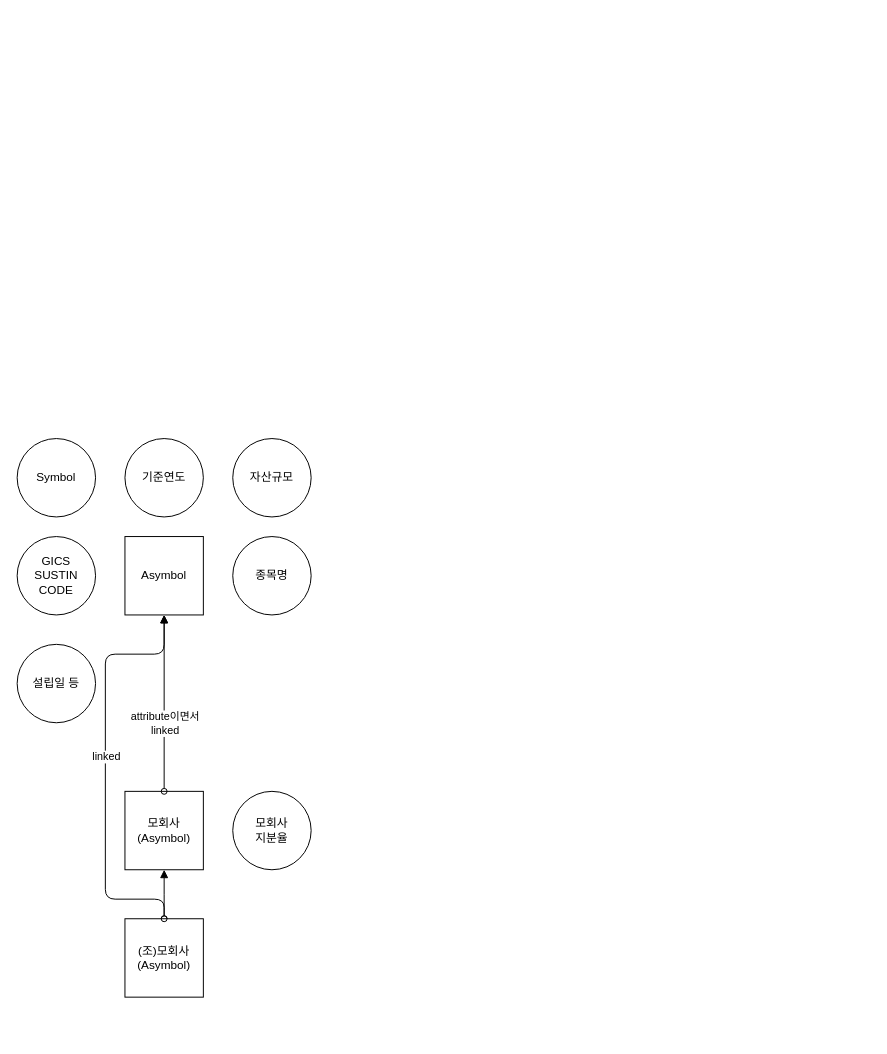
Earlier version of the draw.io diagram Untitled Diagram.drawio (zhilangtaosha/ESG_DataBase). Source tidied: cells renumbered, new cells numbered last; positions are measured from the earlier drawing's top-left corner, leaving out a move shared by most shapes. Both pictures are drawn from the tidied source at 98%, with x=0, y=0 at pixel (17, 438).
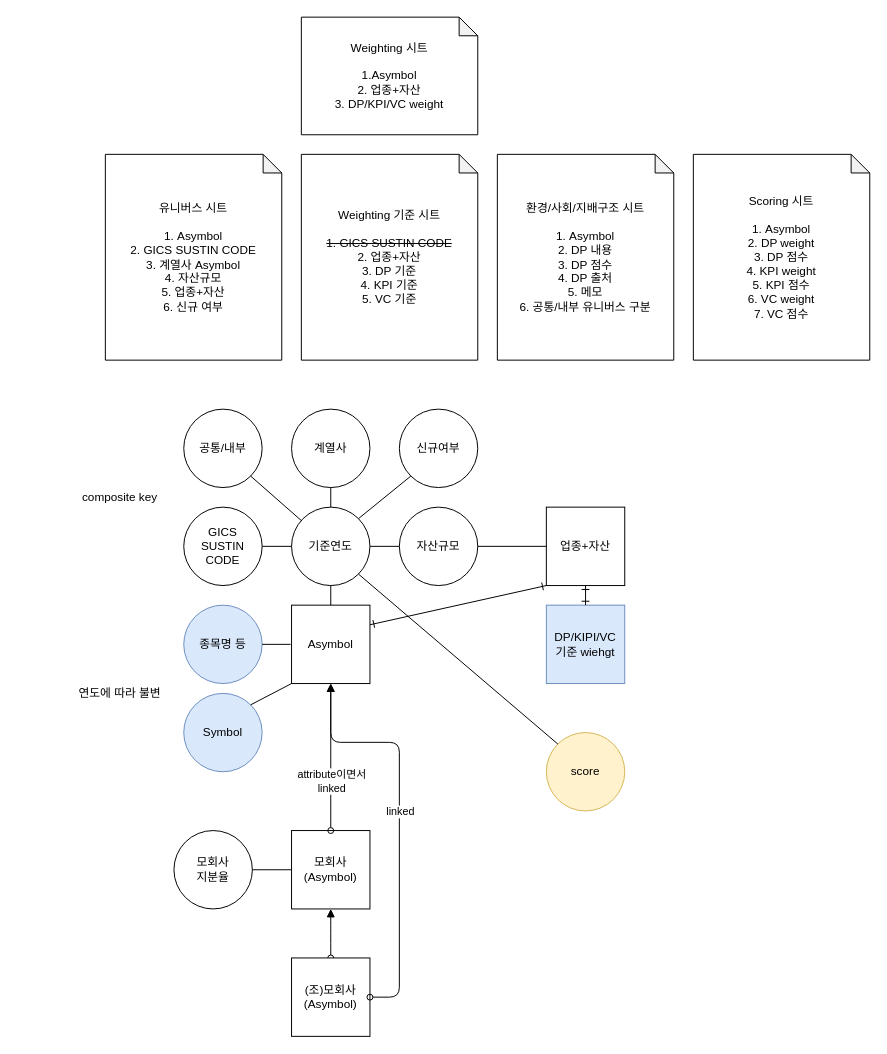
Above is the later version.

What changed in the source:
```diff
@@
     <mxCell id="2" value="Asymbol" style="whiteSpace=wrap;html=1;" parent="1" vertex="1">
-      <mxGeometry x="110" y="100" width="80" height="80" as="geometry" />
+      <mxGeometry x="280" y="170" width="80" height="80" as="geometry" />
     </mxCell>
-    <mxCell id="3" value="Symbol" style="ellipse;whiteSpace=wrap;html=1;" parent="1" vertex="1">
-      <mxGeometry width="80" height="80" as="geometry" />
+    <mxCell id="3" value="Symbol" style="ellipse;whiteSpace=wrap;html=1;fillColor=#dae8fc;strokeColor=#6c8ebf;" parent="1" vertex="1">
+      <mxGeometry x="170" y="260" width="80" height="80" as="geometry" />
     </mxCell>
-    <mxCell id="4" value="종목명" style="ellipse;whiteSpace=wrap;html=1;" parent="1" vertex="1">
-      <mxGeometry x="220" y="100" width="80" height="80" as="geometry" />
+    <mxCell id="4" value="종목명 등" style="ellipse;whiteSpace=wrap;html=1;fillColor=#dae8fc;strokeColor=#6c8ebf;" parent="1" vertex="1">
+      <mxGeometry x="170" y="170" width="80" height="80" as="geometry" />
     </mxCell>
-    <mxCell id="5" value="GICS&lt;br&gt;SUSTIN&lt;br&gt;CODE" style="ellipse;whiteSpace=wrap;html=1;" parent="1" vertex="1">
-      <mxGeometry y="100" width="80" height="80" as="geometry" />
-    </mxCell>
     <mxCell id="6" value="모회사&lt;br&gt;지분율" style="ellipse;whiteSpace=wrap;html=1;" parent="1" vertex="1">
-      <mxGeometry x="220" y="360" width="80" height="80" as="geometry" />
+      <mxGeometry x="160" y="400" width="80" height="80" as="geometry" />
     </mxCell>
     <mxCell id="7" value="자산규모" style="ellipse;whiteSpace=wrap;html=1;" parent="1" vertex="1">
-      <mxGeometry x="220" width="80" height="80" as="geometry" />
+      <mxGeometry x="390" y="70" width="80" height="80" as="geometry" />
     </mxCell>
-    <mxCell id="8" value="설립일 등" style="ellipse;whiteSpace=wrap;html=1;" parent="1" vertex="1">
-      <mxGeometry y="210" width="80" height="80" as="geometry" />
+    <mxCell id="8" value="계열사" style="ellipse;whiteSpace=wrap;html=1;" parent="1" vertex="1">
+      <mxGeometry x="280" y="-30" width="80" height="80" as="geometry" />
     </mxCell>
     <mxCell id="9" value="기준연도" style="ellipse;whiteSpace=wrap;html=1;" parent="1" vertex="1">
-      <mxGeometry x="110" width="80" height="80" as="geometry" />
+      <mxGeometry x="280" y="70" width="80" height="80" as="geometry" />
     </mxCell>
-    <mxCell id="10" style="edgeStyle=orthogonalEdgeStyle;rounded=0;jettySize=auto;html=1;exitX=0.5;exitY=1;exitDx=0;exitDy=0;endArrow=oval;endFill=0;startArrow=block;startFill=1;" parent="1" edge="1" source="11">
+    <mxCell id="10" style="edgeStyle=orthogonalEdgeStyle;jettySize=auto;html=1;exitX=0.5;exitY=1;exitDx=0;exitDy=0;endArrow=oval;endFill=0;startArrow=block;startFill=1;" parent="1" edge="1" source="11">
       <mxGeometry relative="1" as="geometry">
-        <mxPoint x="150" y="490" as="targetPoint" />
+        <mxPoint x="320" y="530" as="targetPoint" />
       </mxGeometry>
     </mxCell>
     <mxCell id="11" value="모회사&lt;br&gt;(Asymbol)" style="whiteSpace=wrap;html=1;" parent="1" vertex="1">
-      <mxGeometry x="110" y="360" width="80" height="80" as="geometry" />
+      <mxGeometry x="280" y="400" width="80" height="80" as="geometry" />
     </mxCell>
@@
     <mxCell id="14" value="(조)모회사&lt;br&gt;(Asymbol)" style="whiteSpace=wrap;html=1;" parent="1" vertex="1">
-      <mxGeometry x="110" y="490" width="80" height="80" as="geometry" />
+      <mxGeometry x="280" y="530" width="80" height="80" as="geometry" />
     </mxCell>
     <mxCell id="15" style="endArrow=oval;startArrow=block;endFill=0;startFill=1;html=1;exitX=0.5;exitY=1;exitDx=0;exitDy=0;edgeStyle=orthogonalEdgeStyle;" parent="1" edge="1" source="2" target="14">
       <mxGeometry relative="1" as="geometry">
         <Array as="points">
-          <mxPoint x="150" y="220" />
-          <mxPoint x="90" y="220" />
-          <mxPoint x="90" y="470" />
-          <mxPoint x="150" y="470" />
+          <mxPoint x="320" y="310" />
+          <mxPoint x="390" y="310" />
+          <mxPoint x="390" y="570" />
         </Array>
       </mxGeometry>
     </mxCell>
@@
+    <mxCell id="17" value="업종+자산" style="whiteSpace=wrap;html=1;" parent="1" vertex="1">
+      <mxGeometry x="540" y="70" width="80" height="80" as="geometry" />
+    </mxCell>
+    <mxCell id="18" value="score" style="ellipse;whiteSpace=wrap;html=1;fillColor=#fff2cc;strokeColor=#d6b656;" parent="1" vertex="1">
+      <mxGeometry x="540" y="300" width="80" height="80" as="geometry" />
+    </mxCell>
+    <mxCell id="19" value="유니버스 시트&lt;br&gt;&lt;br&gt;1. Asymbol&lt;br&gt;2. GICS SUSTIN CODE&lt;br&gt;3. 계열사 Asymbol&lt;br&gt;4. 자산규모&lt;br&gt;5. 업종+자산&lt;br&gt;6. 신규 여부" style="shape=note;whiteSpace=wrap;html=1;backgroundOutline=1;darkOpacity=0.05;size=19;" parent="1" vertex="1">
+      <mxGeometry x="90" y="-290" width="180" height="210" as="geometry" />
+    </mxCell>
+    <mxCell id="20" value="Weighting 기준 시트&lt;br&gt;&lt;br&gt;&lt;strike&gt;1. GICS SUSTIN CODE&lt;/strike&gt;&lt;br&gt;2. 업종+자산&lt;br&gt;3. DP 기준&lt;br&gt;4. KPI 기준&lt;br&gt;5. VC 기준" style="shape=note;whiteSpace=wrap;html=1;backgroundOutline=1;darkOpacity=0.05;size=19;" parent="1" vertex="1">
+      <mxGeometry x="290" y="-290" width="180" height="210" as="geometry" />
+    </mxCell>
+    <mxCell id="21" value="Weighting 시트&lt;br&gt;&lt;br&gt;1.Asymbol&lt;br&gt;2. 업종+자산&lt;br&gt;3. DP/KPI/VC weight" style="shape=note;whiteSpace=wrap;html=1;backgroundOutline=1;darkOpacity=0.05;size=19;" parent="1" vertex="1">
+      <mxGeometry x="290" y="-430" width="180" height="120" as="geometry" />
+    </mxCell>
+    <mxCell id="22" value="환경/사회/지배구조 시트&lt;br&gt;&lt;br&gt;1. Asymbol&lt;br&gt;2. DP 내용&lt;br&gt;3. DP 점수&lt;br&gt;4. DP 출처&lt;br&gt;5. 메모&lt;br&gt;6. 공통/내부 유니버스 구분" style="shape=note;whiteSpace=wrap;html=1;backgroundOutline=1;darkOpacity=0.05;size=19;" parent="1" vertex="1">
+      <mxGeometry x="490" y="-290" width="180" height="210" as="geometry" />
+    </mxCell>
+    <mxCell id="23" value="Scoring 시트&lt;br&gt;&lt;br&gt;1. Asymbol&lt;br&gt;2. DP weight&lt;br&gt;3. DP 점수&lt;br&gt;4. KPI weight&lt;br&gt;5. KPI 점수&lt;br&gt;6. VC weight&lt;br&gt;7. VC 점수" style="shape=note;whiteSpace=wrap;html=1;backgroundOutline=1;darkOpacity=0.05;size=19;" parent="1" vertex="1">
+      <mxGeometry x="690" y="-290" width="180" height="210" as="geometry" />
+    </mxCell>
+    <mxCell id="24" value="DP/KIPI/VC&lt;br&gt;기준 wiehgt" style="whiteSpace=wrap;html=1;fillColor=#dae8fc;strokeColor=#6c8ebf;" parent="1" vertex="1">
+      <mxGeometry x="540" y="170" width="80" height="80" as="geometry" />
+    </mxCell>
+    <mxCell id="25" style="endArrow=none;html=1;entryX=1;entryY=0.5;entryDx=0;entryDy=0;" parent="1" edge="1" target="4">
+      <mxGeometry relative="1" as="geometry">
+        <mxPoint x="279" y="210" as="sourcePoint" />
+      </mxGeometry>
+    </mxCell>
+    <mxCell id="26" style="endArrow=none;html=1;exitX=0.5;exitY=0;exitDx=0;exitDy=0;entryX=0.5;entryY=1;entryDx=0;entryDy=0;" parent="1" edge="1" source="2" target="9">
+      <mxGeometry relative="1" as="geometry" />
+    </mxCell>
+    <mxCell id="27" style="endArrow=none;html=1;exitX=0.5;exitY=1;exitDx=0;exitDy=0;entryX=0.5;entryY=0;entryDx=0;entryDy=0;" parent="1" edge="1" source="8" target="9">
+      <mxGeometry relative="1" as="geometry" />
+    </mxCell>
+    <mxCell id="28" style="endArrow=none;html=1;exitX=1;exitY=0;exitDx=0;exitDy=0;entryX=0;entryY=1;entryDx=0;entryDy=0;" parent="1" edge="1" source="3" target="2">
+      <mxGeometry relative="1" as="geometry" />
+    </mxCell>
+    <mxCell id="29" style="endArrow=none;html=1;exitX=0;exitY=0.5;exitDx=0;exitDy=0;entryX=1;entryY=0.5;entryDx=0;entryDy=0;" parent="1" edge="1" source="7" target="9">
+      <mxGeometry relative="1" as="geometry" />
+    </mxCell>
+    <mxCell id="30" style="endArrow=none;html=1;exitX=1;exitY=0.5;exitDx=0;exitDy=0;" parent="1" edge="1" source="7" target="17">
+      <mxGeometry relative="1" as="geometry" />
+    </mxCell>
+    <mxCell id="31" style="endArrow=ERone;startArrow=ERone;html=1;entryX=0;entryY=1;entryDx=0;entryDy=0;startFill=0;endFill=0;exitX=1;exitY=0.25;exitDx=0;exitDy=0;" parent="1" edge="1" source="2" target="17">
+      <mxGeometry relative="1" as="geometry" />
+    </mxCell>
+    <mxCell id="32" style="endArrow=ERone;startArrow=ERone;html=1;entryX=0.5;entryY=0;entryDx=0;entryDy=0;startFill=0;endFill=0;exitX=0.5;exitY=1;exitDx=0;exitDy=0;" parent="1" edge="1" source="17" target="24">
+      <mxGeometry relative="1" as="geometry" />
+    </mxCell>
+    <mxCell id="33" value="신규여부" style="ellipse;whiteSpace=wrap;html=1;" parent="1" vertex="1">
+      <mxGeometry x="390" y="-30" width="80" height="80" as="geometry" />
+    </mxCell>
+    <mxCell id="34" style="endArrow=none;html=1;exitX=1;exitY=0;exitDx=0;exitDy=0;entryX=0;entryY=1;entryDx=0;entryDy=0;" parent="1" edge="1" source="9" target="33">
+      <mxGeometry relative="1" as="geometry" />
+    </mxCell>
+    <mxCell id="35" value="공통/내부" style="ellipse;whiteSpace=wrap;html=1;" parent="1" vertex="1">
+      <mxGeometry x="170" y="-30" width="80" height="80" as="geometry" />
+    </mxCell>
+    <mxCell id="36" style="endArrow=none;html=1;entryX=1;entryY=1;entryDx=0;entryDy=0;" parent="1" edge="1" source="9" target="35">
+      <mxGeometry relative="1" as="geometry" />
+    </mxCell>
+    <mxCell id="37" style="endArrow=none;html=1;entryX=1;entryY=1;entryDx=0;entryDy=0;exitX=0;exitY=0;exitDx=0;exitDy=0;" parent="1" edge="1" source="18" target="9">
+      <mxGeometry relative="1" as="geometry" />
+    </mxCell>
+    <mxCell id="5" value="GICS&lt;br&gt;SUSTIN&lt;br&gt;CODE" style="ellipse;whiteSpace=wrap;html=1;" parent="1" vertex="1">
+      <mxGeometry x="170" y="70" width="80" height="80" as="geometry" />
+    </mxCell>
+    <mxCell id="38" style="endArrow=none;html=1;exitX=1;exitY=0.5;exitDx=0;exitDy=0;" parent="1" edge="1" source="5" target="9">
+      <mxGeometry relative="1" as="geometry" />
+    </mxCell>
+    <mxCell id="39" style="endArrow=none;html=1;exitX=1;exitY=0.5;exitDx=0;exitDy=0;entryX=0;entryY=0.5;entryDx=0;entryDy=0;" parent="1" edge="1" source="6" target="11">
+      <mxGeometry relative="1" as="geometry" />
+    </mxCell>
+    <mxCell id="40" value="연도에 따라 불변" style="text;html=1;strokeColor=none;fillColor=none;align=center;verticalAlign=middle;whiteSpace=wrap;rounded=0;" parent="1" vertex="1">
+      <mxGeometry x="50" y="250" width="110" height="20" as="geometry" />
+    </mxCell>
+    <mxCell id="41" value="composite key" style="text;html=1;strokeColor=none;fillColor=none;align=center;verticalAlign=middle;whiteSpace=wrap;rounded=0;" parent="1" vertex="1">
+      <mxGeometry x="50" y="50" width="110" height="20" as="geometry" />
+    </mxCell>
```
